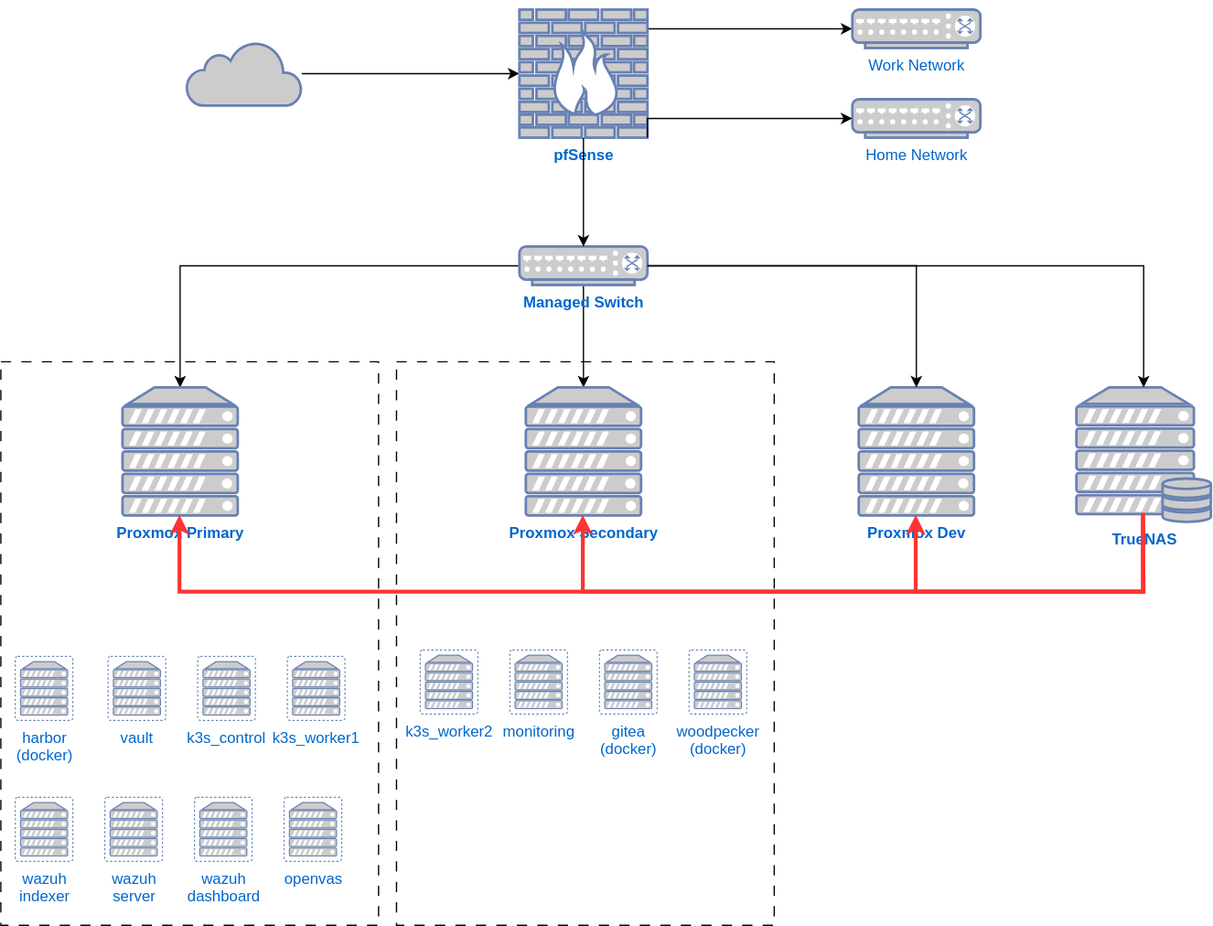
This is HomeLab.svg from jcasique00/homelab-infrastructure, a draw.io export, as it was before one commit. Source tidied: cells renumbered, new cells last; positions are measured from the earlier drawing's top-left corner, leaving out a move shared by most shapes.
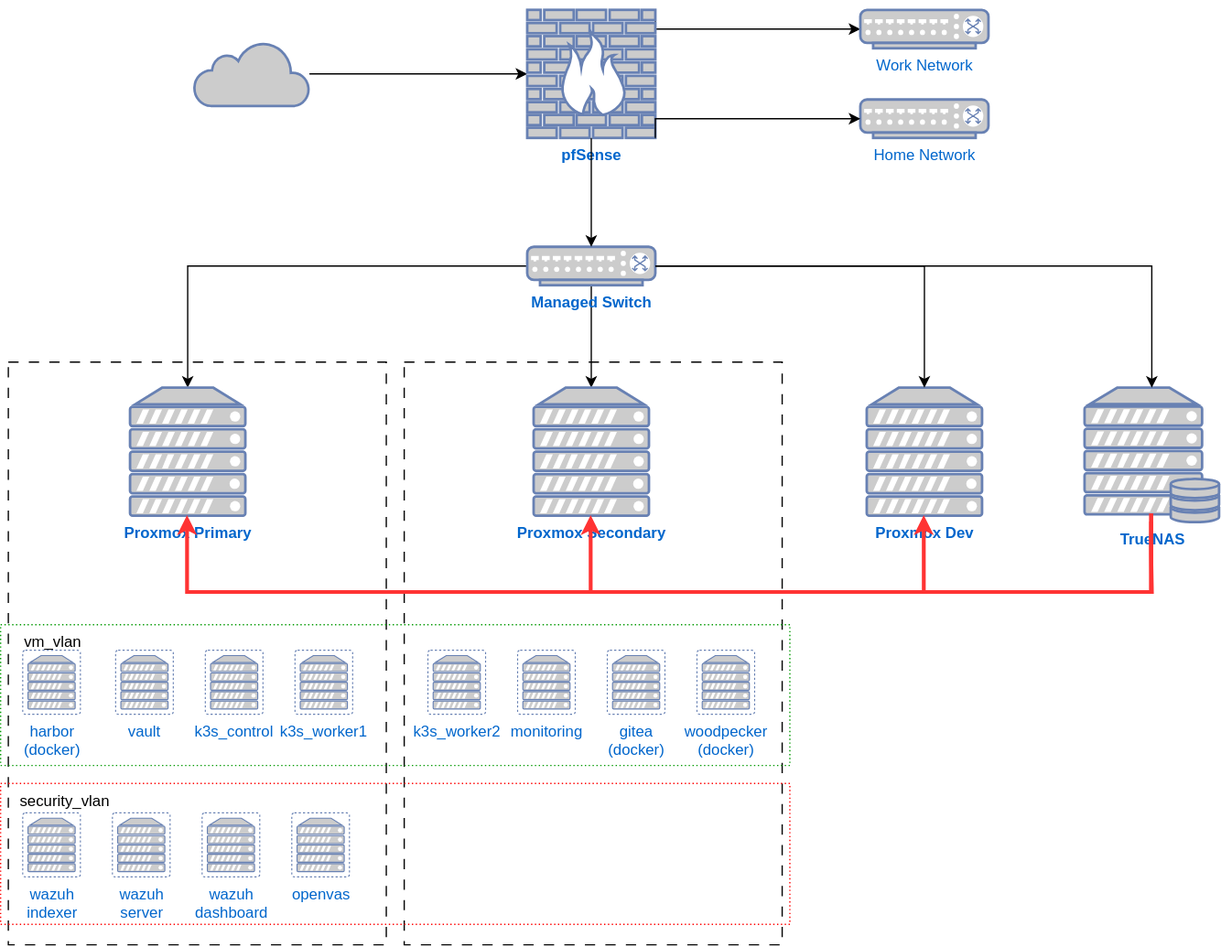
The same diagram one commit later.

Commit message:
Added VLAN info to svg diagram

The edit, as a diff of the source:
```diff
@@ -3,11 +3,17 @@
     <mxCell id="0" />
     <mxCell id="1" parent="0" />
     <mxCell id="2" style="rounded=0;whiteSpace=wrap;html=1;fillColor=none;dashed=1;dashPattern=8 8;" parent="1" vertex="1">
-      <mxGeometry x="309" y="275" width="295" height="440" as="geometry" />
+      <mxGeometry x="309" y="275" width="295" height="455" as="geometry" />
     </mxCell>
     <mxCell id="3" style="rounded=0;whiteSpace=wrap;html=1;fillColor=none;dashed=1;dashPattern=8 8;" parent="1" vertex="1">
-      <mxGeometry y="275" width="295" height="440" as="geometry" />
+      <mxGeometry y="275" width="295" height="455" as="geometry" />
     </mxCell>
+    <mxCell id="36" value="&amp;nbsp; &amp;nbsp; security_vlan" style="rounded=0;whiteSpace=wrap;html=1;align=left;verticalAlign=top;fillColor=none;strokeWidth=1;dashed=1;dashPattern=1 2;strokeColor=#FF0000;" parent="1" vertex="1">
+      <mxGeometry x="-6" y="604" width="616" height="110" as="geometry" />
+    </mxCell>
+    <mxCell id="37" value="&amp;nbsp; &amp;nbsp; &amp;nbsp;vm_vlan" style="rounded=0;whiteSpace=wrap;html=1;align=left;verticalAlign=top;fillColor=none;strokeWidth=1;dashed=1;dashPattern=1 2;strokeColor=#009900;" parent="1" vertex="1">
+      <mxGeometry x="-6" y="480" width="616" height="110" as="geometry" />
+    </mxCell>
     <mxCell id="4" style="edgeStyle=orthogonalEdgeStyle;rounded=0;jettySize=auto;html=1;" parent="1" edge="1" source="5" target="7">
       <mxGeometry relative="1" as="geometry" />
     </mxCell>
@@ -94,28 +100,28 @@
       </mxGeometry>
     </mxCell>
     <mxCell id="24" value="vault" style="fontColor=#0066CC;verticalAlign=top;verticalLabelPosition=bottom;labelPosition=center;align=center;html=1;fillColor=#CCCCCC;strokeColor=#6881B3;gradientColor=none;gradientDirection=north;strokeWidth=2;shape=mxgraph.networks.virtual_server;" parent="1" vertex="1">
-      <mxGeometry x="83.8" y="505" width="45" height="50" as="geometry" />
+      <mxGeometry x="83.8" y="500" width="45" height="50" as="geometry" />
     </mxCell>
     <mxCell id="25" value="k3s_control" style="fontColor=#0066CC;verticalAlign=top;verticalLabelPosition=bottom;labelPosition=center;align=center;html=1;fillColor=#CCCCCC;strokeColor=#6881B3;gradientColor=none;gradientDirection=north;strokeWidth=2;shape=mxgraph.networks.virtual_server;" parent="1" vertex="1">
-      <mxGeometry x="153.8" y="505" width="45" height="50" as="geometry" />
+      <mxGeometry x="153.8" y="500" width="45" height="50" as="geometry" />
     </mxCell>
     <mxCell id="26" value="k3s_worker1" style="fontColor=#0066CC;verticalAlign=top;verticalLabelPosition=bottom;labelPosition=center;align=center;html=1;fillColor=#CCCCCC;strokeColor=#6881B3;gradientColor=none;gradientDirection=north;strokeWidth=2;shape=mxgraph.networks.virtual_server;" parent="1" vertex="1">
-      <mxGeometry x="223.8" y="505" width="45" height="50" as="geometry" />
+      <mxGeometry x="223.8" y="500" width="45" height="50" as="geometry" />
     </mxCell>
     <mxCell id="27" value="k3s_worker2" style="fontColor=#0066CC;verticalAlign=top;verticalLabelPosition=bottom;labelPosition=center;align=center;html=1;fillColor=#CCCCCC;strokeColor=#6881B3;gradientColor=none;gradientDirection=north;strokeWidth=2;shape=mxgraph.networks.virtual_server;" parent="1" vertex="1">
       <mxGeometry x="327.5" y="500" width="45" height="50" as="geometry" />
     </mxCell>
     <mxCell id="28" value="wazuh&lt;div&gt;indexer&lt;/div&gt;" style="fontColor=#0066CC;verticalAlign=top;verticalLabelPosition=bottom;labelPosition=center;align=center;html=1;fillColor=#CCCCCC;strokeColor=#6881B3;gradientColor=none;gradientDirection=north;strokeWidth=2;shape=mxgraph.networks.virtual_server;" parent="1" vertex="1">
-      <mxGeometry x="11.2" y="615" width="45" height="50" as="geometry" />
+      <mxGeometry x="11.2" y="627" width="45" height="50" as="geometry" />
     </mxCell>
     <mxCell id="29" value="wazuh&lt;div&gt;server&lt;/div&gt;" style="fontColor=#0066CC;verticalAlign=top;verticalLabelPosition=bottom;labelPosition=center;align=center;html=1;fillColor=#CCCCCC;strokeColor=#6881B3;gradientColor=none;gradientDirection=north;strokeWidth=2;shape=mxgraph.networks.virtual_server;" parent="1" vertex="1">
-      <mxGeometry x="81.2" y="615" width="45" height="50" as="geometry" />
+      <mxGeometry x="81.2" y="627" width="45" height="50" as="geometry" />
     </mxCell>
     <mxCell id="30" value="wazuh&lt;div&gt;dashboard&lt;/div&gt;" style="fontColor=#0066CC;verticalAlign=top;verticalLabelPosition=bottom;labelPosition=center;align=center;html=1;fillColor=#CCCCCC;strokeColor=#6881B3;gradientColor=none;gradientDirection=north;strokeWidth=2;shape=mxgraph.networks.virtual_server;" parent="1" vertex="1">
-      <mxGeometry x="151.2" y="615" width="45" height="50" as="geometry" />
+      <mxGeometry x="151.2" y="627" width="45" height="50" as="geometry" />
     </mxCell>
     <mxCell id="31" value="openvas" style="fontColor=#0066CC;verticalAlign=top;verticalLabelPosition=bottom;labelPosition=center;align=center;html=1;fillColor=#CCCCCC;strokeColor=#6881B3;gradientColor=none;gradientDirection=north;strokeWidth=2;shape=mxgraph.networks.virtual_server;" parent="1" vertex="1">
-      <mxGeometry x="221.2" y="615" width="45" height="50" as="geometry" />
+      <mxGeometry x="221.2" y="627" width="45" height="50" as="geometry" />
     </mxCell>
     <mxCell id="32" value="monitoring" style="fontColor=#0066CC;verticalAlign=top;verticalLabelPosition=bottom;labelPosition=center;align=center;html=1;fillColor=#CCCCCC;strokeColor=#6881B3;gradientColor=none;gradientDirection=north;strokeWidth=2;shape=mxgraph.networks.virtual_server;" parent="1" vertex="1">
       <mxGeometry x="397.5" y="500" width="45" height="50" as="geometry" />
@@ -127,7 +133,7 @@
       <mxGeometry x="537.5" y="500" width="45" height="50" as="geometry" />
     </mxCell>
     <mxCell id="35" value="harbor&lt;div&gt;(docker)&lt;/div&gt;" style="fontColor=#0066CC;verticalAlign=top;verticalLabelPosition=bottom;labelPosition=center;align=center;html=1;fillColor=#CCCCCC;strokeColor=#6881B3;gradientColor=none;gradientDirection=north;strokeWidth=2;shape=mxgraph.networks.virtual_server;" parent="1" vertex="1">
-      <mxGeometry x="11.2" y="505" width="45" height="50" as="geometry" />
+      <mxGeometry x="11.2" y="500" width="45" height="50" as="geometry" />
     </mxCell>
   </root>
 </mxGraphModel>
```
